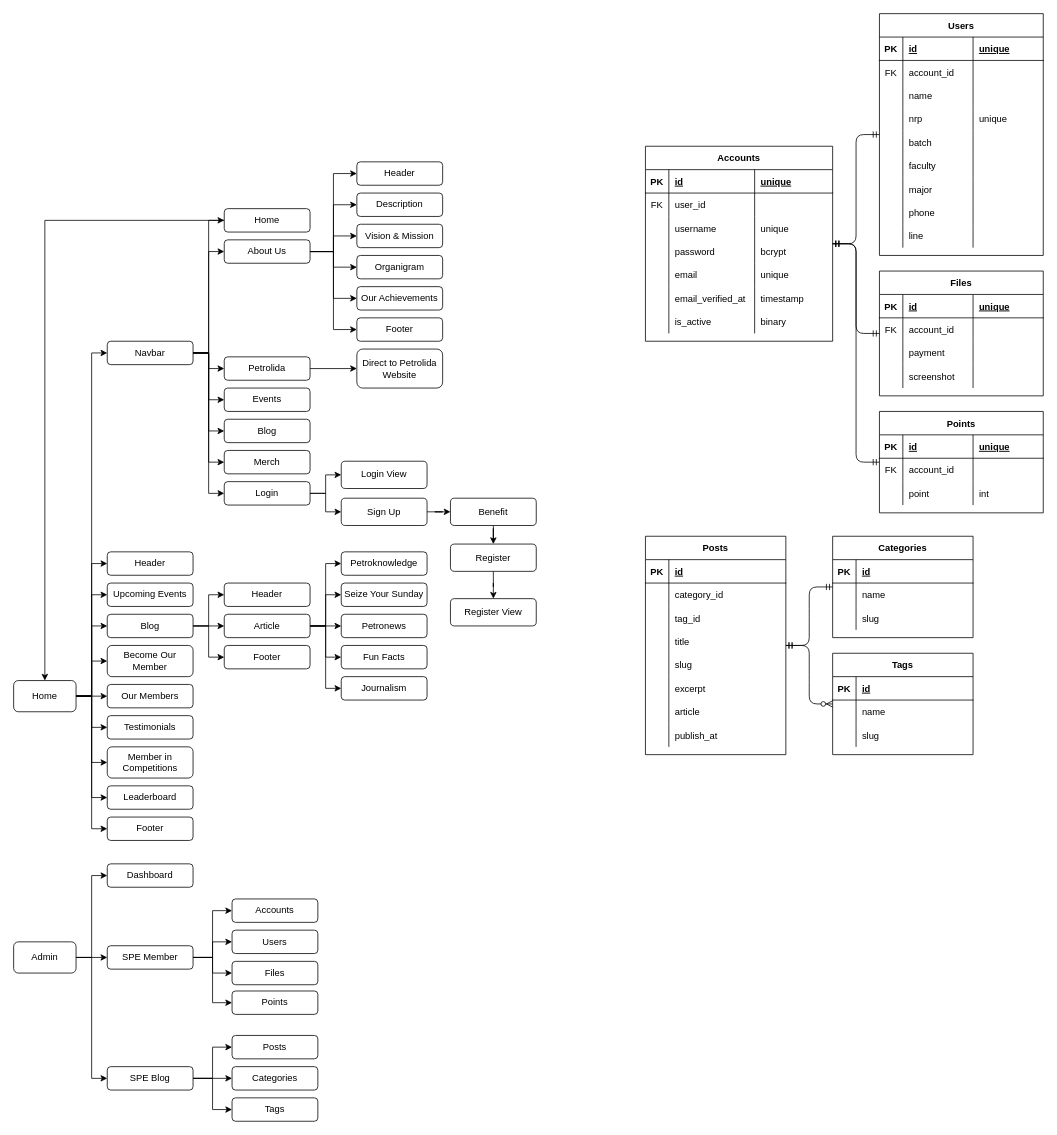
The draw.io diagram Untitled Diagram.drawio in daffakurnia11/speitssc, before the edit. Source tidied: cells renumbered, new cells numbered last; positions are measured from the earlier drawing's top-left corner, leaving out a move shared by most shapes. Both pictures are drawn from the tidied source at 78%, with x=0, y=0 at pixel (13, 13).
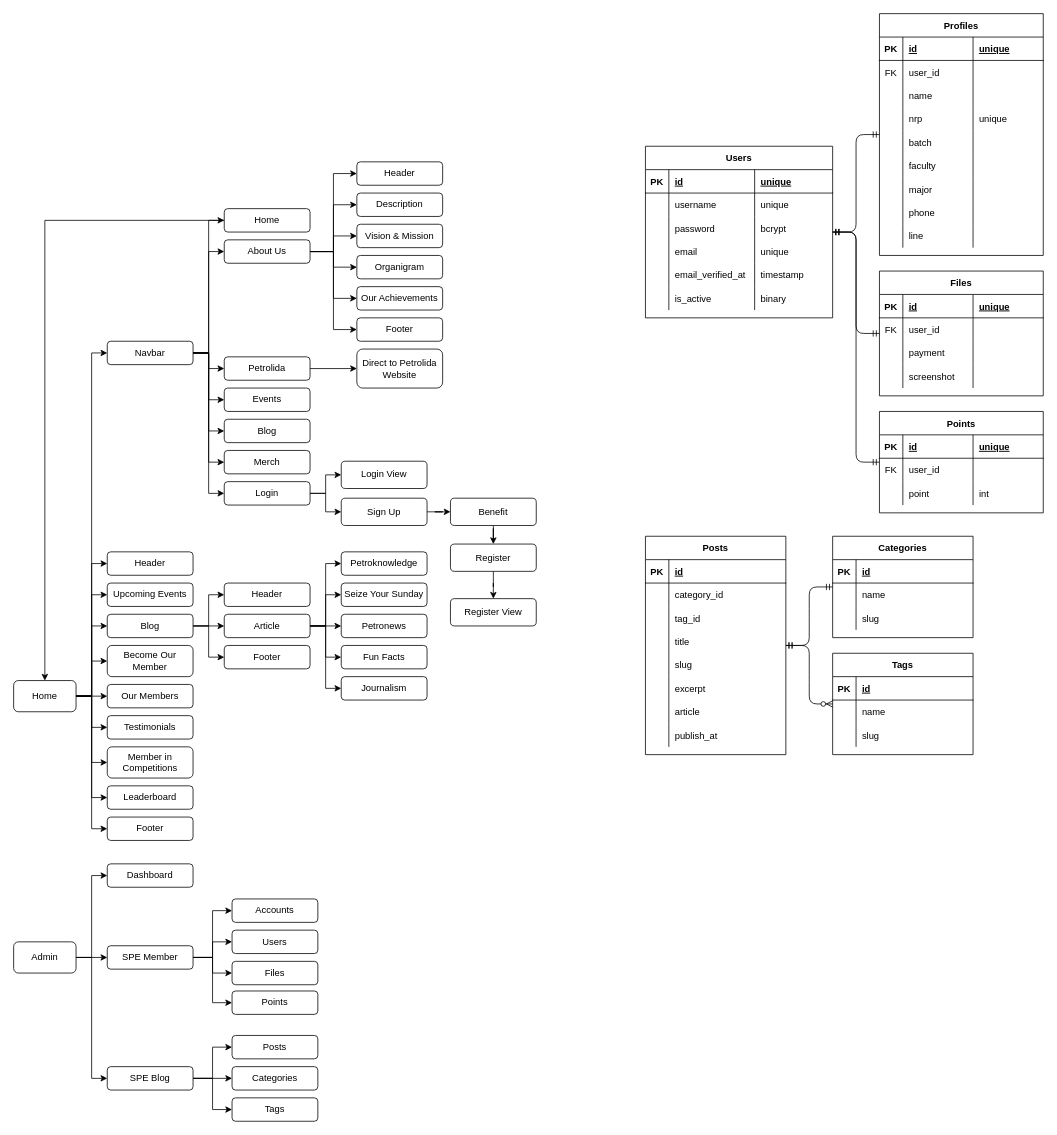
The same diagram, later.

Commit message:
Update Database Architecture

Unchanged cells that the change refers to:
```xml
<mxCell id="114" style="shape=partialRectangle;fillColor=none;top=0;left=0;bottom=0;right=0;" parent="109" vertex="1">
  <mxGeometry y="60" width="210" height="30" as="geometry" />
</mxCell>
<mxCell id="152" style="shape=partialRectangle;fillColor=none;top=0;left=0;bottom=0;right=0;" parent="147" vertex="1">
  <mxGeometry y="60" width="210" height="30" as="geometry" />
</mxCell>
<mxCell id="238" style="shape=partialRectangle;fillColor=none;top=0;left=0;bottom=0;right=0;" parent="233" vertex="1">
  <mxGeometry y="60" width="210" height="30" as="geometry" />
</mxCell>
```

Change to the diagram source:
```diff
@@
-    <mxCell id="80" value="Accounts" style="shape=table;startSize=30;childLayout=tableLayout;rowLines=0;fontStyle=1;align=center;" parent="1" vertex="1">
-      <mxGeometry x="810" y="170" width="240" height="250" as="geometry" />
+    <mxCell id="80" value="Users" style="shape=table;startSize=30;childLayout=tableLayout;rowLines=0;fontStyle=1;align=center;" parent="1" vertex="1">
+      <mxGeometry x="810" y="170" width="240" height="220" as="geometry" />
     </mxCell>
@@
-    <mxCell id="85" style="shape=partialRectangle;fillColor=none;top=0;left=0;bottom=0;right=0;" parent="80" vertex="1">
-      <mxGeometry y="60" width="240" height="30" as="geometry" />
-    </mxCell>
-    <mxCell id="86" value="FK" style="shape=partialRectangle;fillColor=none;top=0;left=0;bottom=0;right=0;overflow=hidden;" parent="85" vertex="1">
-      <mxGeometry width="30" height="30" as="geometry" />
-    </mxCell>
-    <mxCell id="87" value="user_id" style="shape=partialRectangle;fillColor=none;top=0;left=0;bottom=0;right=0;align=left;spacingLeft=6;overflow=hidden;" parent="85" vertex="1">
-      <mxGeometry x="30" width="110" height="30" as="geometry" />
-    </mxCell>
-    <mxCell id="88" style="shape=partialRectangle;fillColor=none;top=0;left=0;bottom=0;right=0;align=left;spacingLeft=6;overflow=hidden;" parent="85" vertex="1">
-      <mxGeometry x="140" width="100" height="30" as="geometry" />
-    </mxCell>
     <mxCell id="89" style="shape=partialRectangle;fillColor=none;top=0;left=0;bottom=0;right=0;" parent="80" vertex="1">
-      <mxGeometry y="90" width="240" height="30" as="geometry" />
+      <mxGeometry y="60" width="240" height="30" as="geometry" />
     </mxCell>
@@
     <mxCell id="93" style="shape=partialRectangle;fillColor=none;top=0;left=0;bottom=0;right=0;" parent="80" vertex="1">
-      <mxGeometry y="120" width="240" height="30" as="geometry" />
+      <mxGeometry y="90" width="240" height="30" as="geometry" />
     </mxCell>
@@
     <mxCell id="97" style="shape=partialRectangle;fillColor=none;top=0;left=0;bottom=0;right=0;" parent="80" vertex="1">
-      <mxGeometry y="150" width="240" height="30" as="geometry" />
+      <mxGeometry y="120" width="240" height="30" as="geometry" />
     </mxCell>
@@
     <mxCell id="101" style="shape=partialRectangle;fillColor=none;top=0;left=0;bottom=0;right=0;" parent="80" vertex="1">
-      <mxGeometry y="180" width="240" height="30" as="geometry" />
+      <mxGeometry y="150" width="240" height="30" as="geometry" />
     </mxCell>
@@
     <mxCell id="105" style="shape=partialRectangle;fillColor=none;top=0;left=0;bottom=0;right=0;" parent="80" vertex="1">
-      <mxGeometry y="210" width="240" height="30" as="geometry" />
+      <mxGeometry y="180" width="240" height="30" as="geometry" />
     </mxCell>
@@
-    <mxCell id="109" value="Users" style="shape=table;startSize=30;childLayout=tableLayout;rowLines=0;fontStyle=1;align=center;" parent="1" vertex="1">
+    <mxCell id="109" value="Profiles" style="shape=table;startSize=30;childLayout=tableLayout;rowLines=0;fontStyle=1;align=center;" parent="1" vertex="1">
       <mxGeometry x="1110" width="210" height="310" as="geometry" />
     </mxCell>
@@
-    <mxCell id="116" value="account_id" style="shape=partialRectangle;fillColor=none;top=0;left=0;bottom=0;right=0;align=left;spacingLeft=6;overflow=hidden;" parent="114" vertex="1">
+    <mxCell id="116" value="user_id" style="shape=partialRectangle;fillColor=none;top=0;left=0;bottom=0;right=0;align=left;spacingLeft=6;overflow=hidden;" parent="114" vertex="1">
       <mxGeometry x="30" width="90" height="30" as="geometry" />
     </mxCell>
@@
-    <mxCell id="154" value="account_id" style="shape=partialRectangle;fillColor=none;top=0;left=0;bottom=0;right=0;align=left;spacingLeft=6;overflow=hidden;" parent="152" vertex="1">
+    <mxCell id="154" value="user_id" style="shape=partialRectangle;fillColor=none;top=0;left=0;bottom=0;right=0;align=left;spacingLeft=6;overflow=hidden;" parent="152" vertex="1">
       <mxGeometry x="30" width="90" height="30" as="geometry" />
     </mxCell>
@@
-    <mxCell id="240" value="account_id" style="shape=partialRectangle;fillColor=none;top=0;left=0;bottom=0;right=0;align=left;spacingLeft=6;overflow=hidden;" parent="238" vertex="1">
+    <mxCell id="240" value="user_id" style="shape=partialRectangle;fillColor=none;top=0;left=0;bottom=0;right=0;align=left;spacingLeft=6;overflow=hidden;" parent="238" vertex="1">
       <mxGeometry x="30" width="90" height="30" as="geometry" />
     </mxCell>
```
